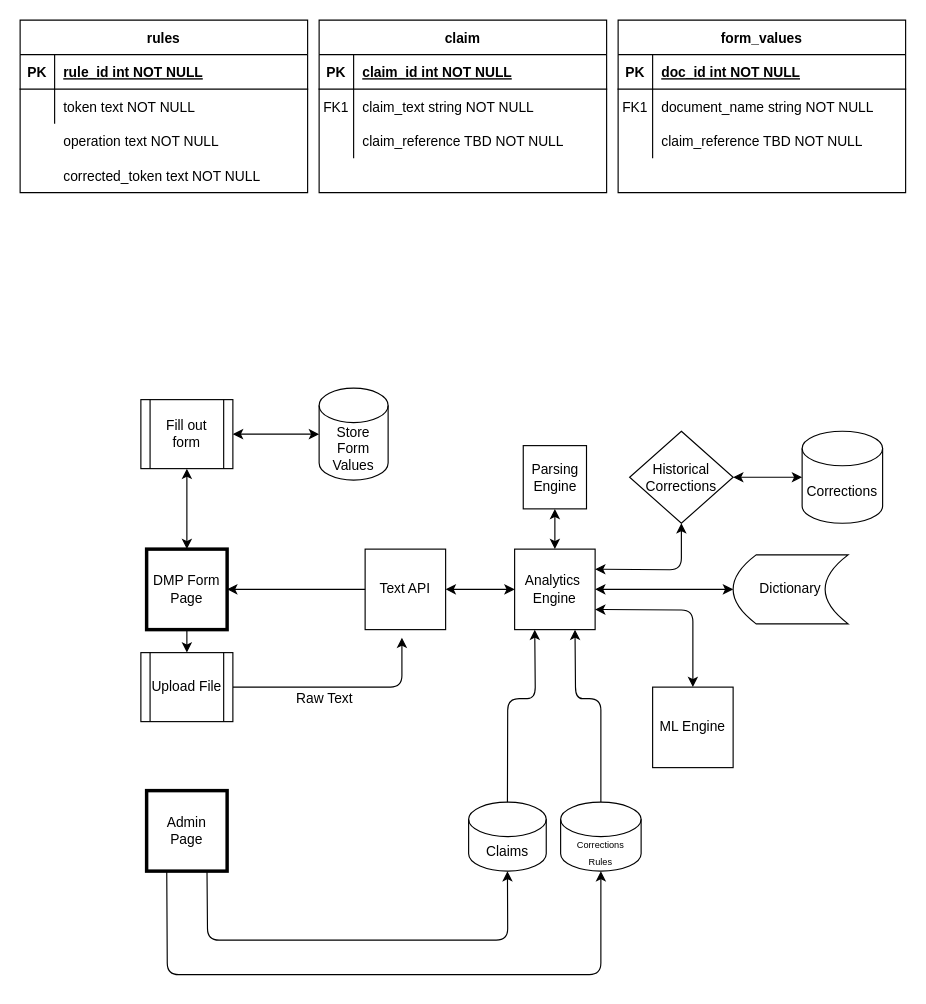
The draw.io diagram Untitled Diagram.drawio in jcraigobd/erd, before the edit. Source tidied: cells renumbered, new cells numbered last; positions are measured from the earlier drawing's top-left corner, leaving out a move shared by most shapes. Both pictures are drawn from the tidied source at 115%, with x=0, y=0 at pixel (20, 20).
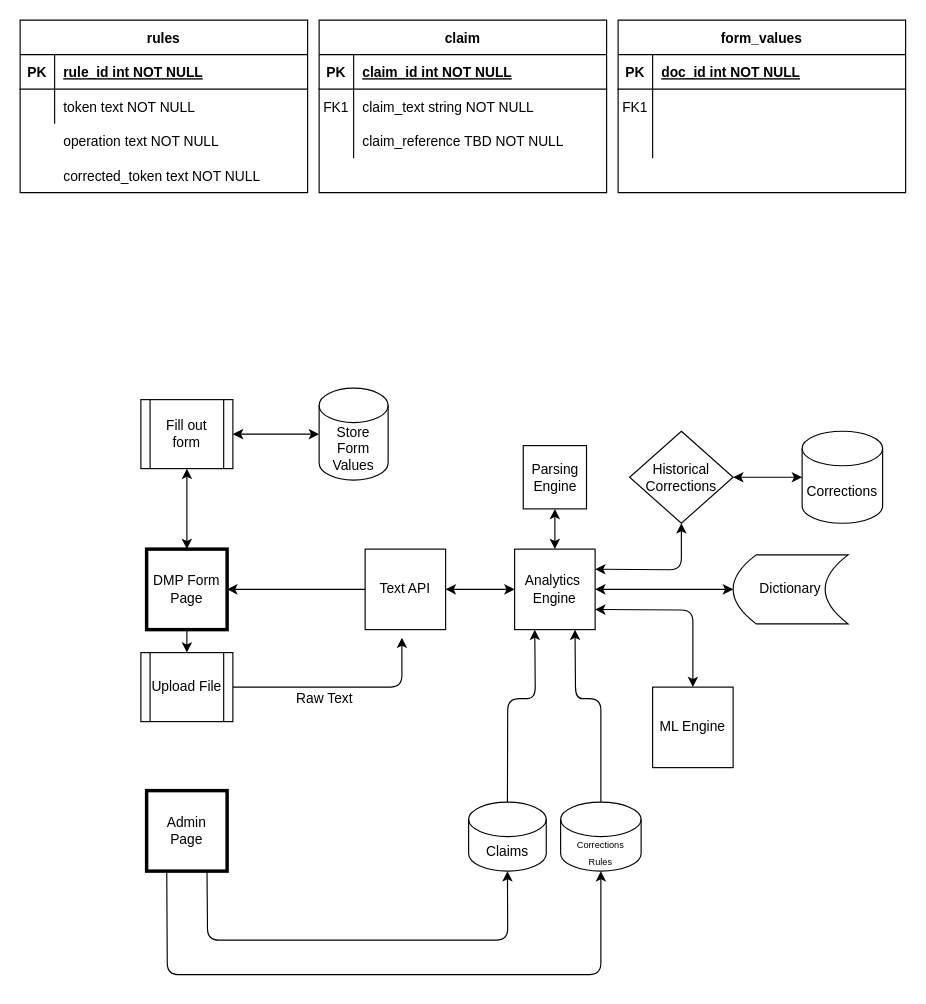
The same page after the edit.

The change refers to these unchanged cells:
```xml
<mxCell id="56" style="shape=partialRectangle;fillColor=none;top=0;left=0;right=0;bottom=0;" parent="52" vertex="1">
  <mxGeometry y="60" width="250" height="30" as="geometry" />
</mxCell>
<mxCell id="59" style="shape=partialRectangle;fillColor=none;top=0;left=0;right=0;bottom=0;" parent="52" vertex="1">
  <mxGeometry y="90" width="250" height="30" as="geometry" />
</mxCell>
```

Diff of the diagram source:
```diff
@@
-    <mxCell id="58" value="document_name string NOT NULL" style="shape=partialRectangle;overflow=hidden;fillColor=none;top=0;left=0;bottom=0;right=0;align=left;spacingLeft=6;" parent="56" vertex="1">
+    <mxCell id="58" style="shape=partialRectangle;overflow=hidden;fillColor=none;top=0;left=0;bottom=0;right=0;align=left;spacingLeft=6;" parent="56" vertex="1">
       <mxGeometry x="30" width="220" height="30" as="geometry" />
     </mxCell>
@@
-    <mxCell id="61" value="claim_reference TBD NOT NULL" style="shape=partialRectangle;overflow=hidden;fillColor=none;top=0;left=0;bottom=0;right=0;align=left;spacingLeft=6;" parent="59" vertex="1">
+    <mxCell id="61" style="shape=partialRectangle;overflow=hidden;fillColor=none;top=0;left=0;bottom=0;right=0;align=left;spacingLeft=6;" parent="59" vertex="1">
       <mxGeometry x="30" width="220" height="30" as="geometry" />
     </mxCell>
```
